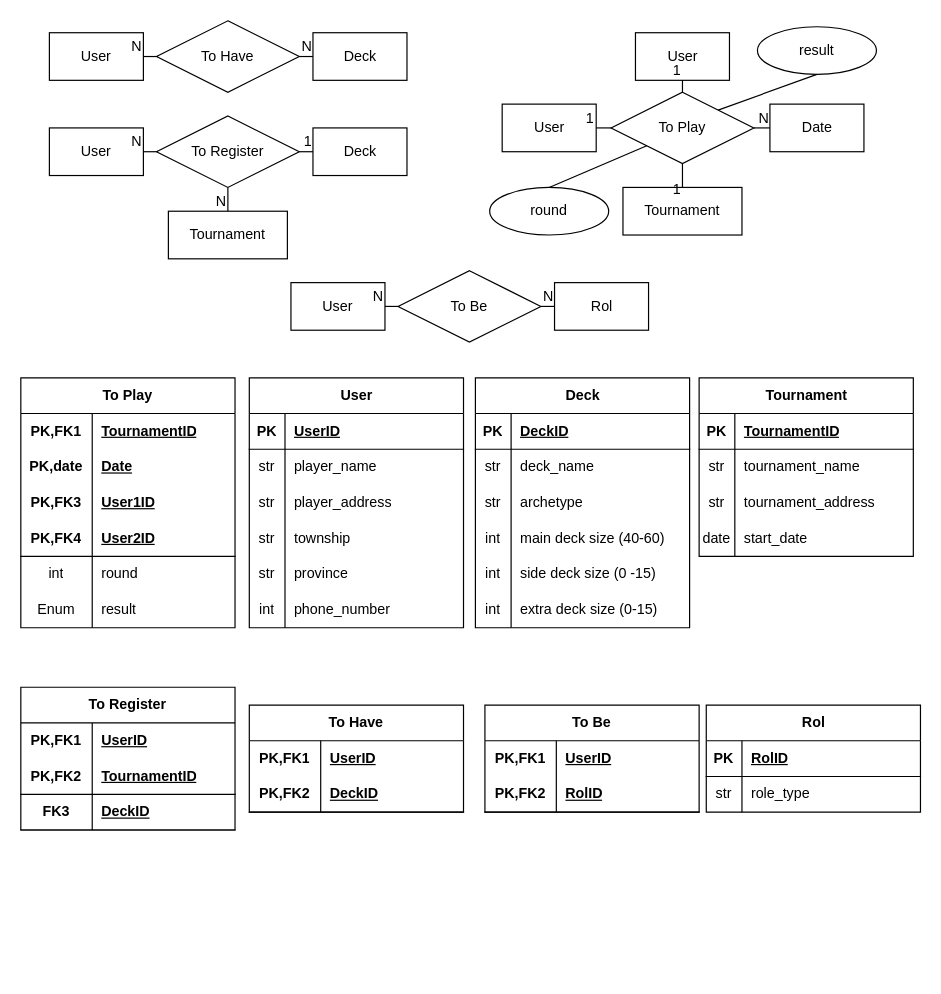
This is database_design/design_with_roles.drawio from chavely15k/yu_gi_oh, a draw.io file, before an edit. Source tidied: cells renumbered, new cells numbered last; positions are measured from the earlier drawing's top-left corner, leaving out a move shared by most shapes. Both pictures are drawn from the tidied source at 119%, with x=0, y=0 at pixel (20, 20).
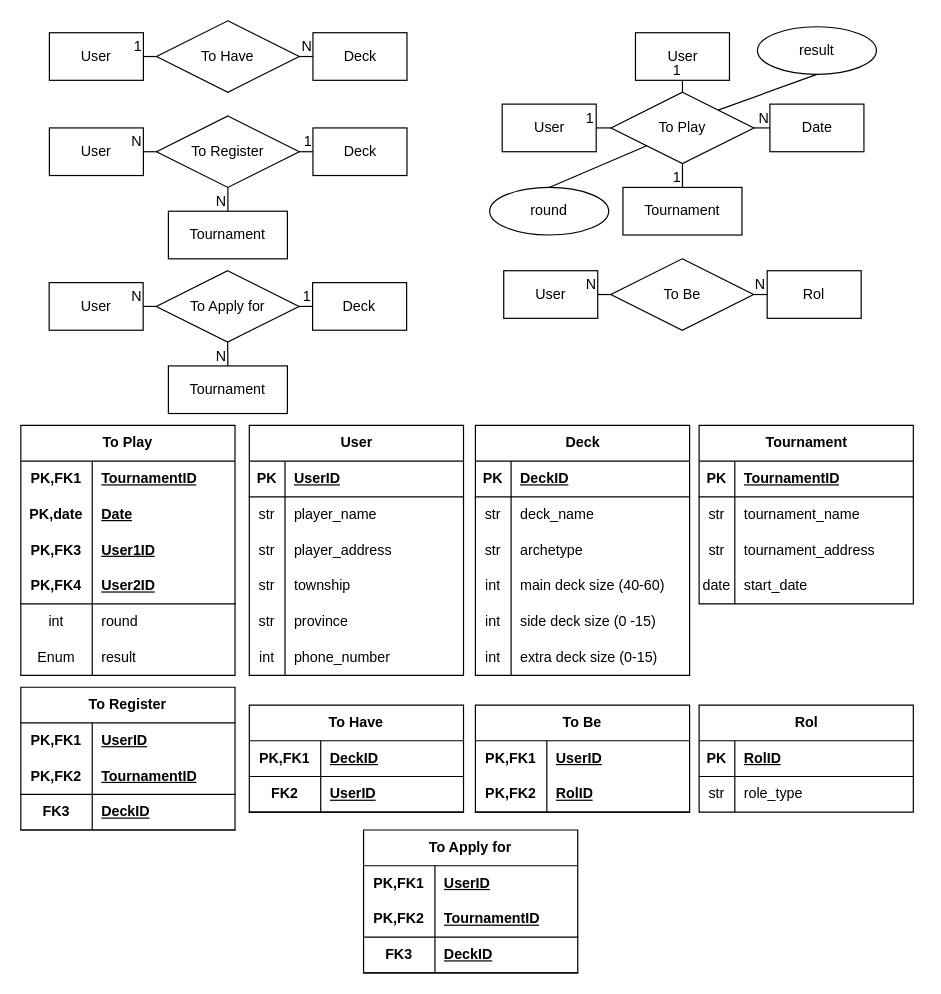
Above is the later version.

Unchanged cells that the change refers to:
```xml
<mxCell id="5" value="User" style="whiteSpace=wrap;html=1;align=center;" parent="1" vertex="1">
  <mxGeometry x="24" y="10" width="79" height="40" as="geometry" />
</mxCell>
<mxCell id="7" value="To Have" style="shape=rhombus;perimeter=rhombusPerimeter;whiteSpace=wrap;html=1;align=center;rounded=0;" parent="1" vertex="1">
  <mxGeometry x="114" width="120" height="60" as="geometry" />
</mxCell>
<mxCell id="96" style="endArrow=none;html=1;rounded=0;exitX=0.5;exitY=1;exitDx=0;exitDy=0;entryX=0.5;entryY=0;entryDx=0;entryDy=0;" parent="1" edge="1" source="16" target="6">
  <mxGeometry relative="1" as="geometry" />
</mxCell>
<mxCell id="107" value="To Have" style="shape=table;startSize=30;childLayout=tableLayout;rowLines=0;fontStyle=1;align=center;html=1;whiteSpace=wrap;" parent="1" vertex="1">
  <mxGeometry x="192" y="575" width="180" height="90" as="geometry" />
</mxCell>
<mxCell id="127" value="Deck" style="whiteSpace=wrap;html=1;align=center;" parent="1" vertex="1">
  <mxGeometry x="245.5" y="10" width="79" height="40" as="geometry" />
</mxCell>
```

What changed in the source:
```diff
@@
-    <mxCell id="8" style="endArrow=none;html=1;rounded=0;entryX=0;entryY=0.5;entryDx=0;entryDy=0;exitX=1;exitY=0.5;exitDx=0;exitDy=0;" parent="1" edge="1" source="7" target="127">
-      <mxGeometry relative="1" as="geometry" />
-    </mxCell>
-    <mxCell id="9" value="N" style="html=1;whiteSpace=wrap;align=right;verticalAlign=bottom;rounded=0;" parent="8" vertex="1">
-      <mxGeometry x="1" relative="1" as="geometry" />
-    </mxCell>
-    <mxCell id="10" style="endArrow=none;html=1;rounded=0;entryX=1;entryY=0.5;entryDx=0;entryDy=0;exitX=0;exitY=0.5;exitDx=0;exitDy=0;" parent="1" edge="1" source="7" target="5">
+    <mxCell id="10" style="endArrow=none;html=1;rounded=0;entryX=0;entryY=0.5;entryDx=0;entryDy=0;exitX=1;exitY=0.5;exitDx=0;exitDy=0;" parent="1" edge="1" source="7" target="127">
       <mxGeometry relative="1" as="geometry" />
     </mxCell>
@@
     <mxCell id="21" value="To Play" style="shape=table;startSize=30;childLayout=tableLayout;rowLines=0;fontStyle=1;align=center;html=1;whiteSpace=wrap;" parent="1" vertex="1">
-      <mxGeometry y="300" width="180" height="210" as="geometry" />
+      <mxGeometry y="340" width="180" height="210" as="geometry" />
     </mxCell>
@@
     <mxCell id="40" value="PK,date" style="shape=partialRectangle;fillColor=none;top=0;left=0;bottom=0;right=0;fontStyle=1;overflow=hidden;html=1;whiteSpace=wrap;" parent="1" vertex="1">
-      <mxGeometry y="360" width="60" height="30" as="geometry" />
+      <mxGeometry y="400" width="60" height="30" as="geometry" />
     </mxCell>
     <mxCell id="41" value="Date" style="shape=partialRectangle;fillColor=none;top=0;left=0;bottom=0;right=0;align=left;spacingLeft=6;fontStyle=5;overflow=hidden;html=1;whiteSpace=wrap;" parent="1" vertex="1">
-      <mxGeometry x="60" y="360" width="120" height="30" as="geometry" />
+      <mxGeometry x="60" y="400" width="120" height="30" as="geometry" />
     </mxCell>
     <mxCell id="42" value="PK,FK1" style="shape=partialRectangle;fillColor=none;top=0;left=0;bottom=0;right=0;fontStyle=1;overflow=hidden;html=1;whiteSpace=wrap;" parent="1" vertex="1">
-      <mxGeometry y="330" width="60" height="30" as="geometry" />
+      <mxGeometry y="370" width="60" height="30" as="geometry" />
     </mxCell>
     <mxCell id="43" value="TournamentID" style="shape=partialRectangle;fillColor=none;top=0;left=0;bottom=0;right=0;align=left;spacingLeft=6;fontStyle=5;overflow=hidden;html=1;whiteSpace=wrap;" parent="1" vertex="1">
-      <mxGeometry x="60" y="330" width="120" height="30" as="geometry" />
+      <mxGeometry x="60" y="370" width="120" height="30" as="geometry" />
     </mxCell>
     <mxCell id="44" value="result" style="shape=partialRectangle;fillColor=none;top=0;left=0;bottom=0;right=0;align=left;spacingLeft=6;overflow=hidden;html=1;whiteSpace=wrap;" parent="1" vertex="1">
-      <mxGeometry x="60" y="480" width="120" height="30" as="geometry" />
+      <mxGeometry x="60" y="520" width="120" height="30" as="geometry" />
     </mxCell>
     <mxCell id="45" value="User" style="shape=table;startSize=30;childLayout=tableLayout;rowLines=0;fontStyle=1;align=center;html=1;" parent="1" vertex="1">
-      <mxGeometry x="192" y="300" width="180" height="210" as="geometry" />
+      <mxGeometry x="192" y="340" width="180" height="210" as="geometry" />
     </mxCell>
@@
     <mxCell id="64" value="Deck" style="shape=table;startSize=30;childLayout=tableLayout;rowLines=0;fontStyle=1;align=center;html=1;" parent="1" vertex="1">
-      <mxGeometry x="382" y="300" width="180" height="210" as="geometry" />
+      <mxGeometry x="382" y="340" width="180" height="210" as="geometry" />
     </mxCell>
@@
     <mxCell id="83" value="Tournament" style="shape=table;startSize=30;childLayout=tableLayout;rowLines=0;fontStyle=1;align=center;html=1;" parent="1" vertex="1">
-      <mxGeometry x="570" y="300" width="180" height="150" as="geometry" />
+      <mxGeometry x="570" y="340" width="180" height="150" as="geometry" />
     </mxCell>
@@
     <mxCell id="97" value="1" style="html=1;whiteSpace=wrap;align=right;verticalAlign=bottom;" parent="96" vertex="1">
-      <mxGeometry x="1" relative="1" as="geometry">
-        <mxPoint y="10" as="offset" />
-      </mxGeometry>
+      <mxGeometry x="1" relative="1" as="geometry" />
     </mxCell>
@@
-    <mxCell id="108" style="shape=tableRow;horizontal=0;startSize=0;swimlaneHead=0;swimlaneBody=0;fillColor=none;top=0;left=0;right=0;bottom=0;html=1;" parent="107" vertex="1">
-      <mxGeometry y="30" width="180" height="30" as="geometry" />
-    </mxCell>
-    <mxCell id="109" value="PK,FK1" style="shape=partialRectangle;fillColor=none;top=0;left=0;bottom=0;right=0;fontStyle=1;overflow=hidden;html=1;whiteSpace=wrap;" parent="108" vertex="1">
-      <mxGeometry width="60" height="30" as="geometry" />
-    </mxCell>
-    <mxCell id="110" value="UserID" style="shape=partialRectangle;fillColor=none;top=0;left=0;bottom=0;right=0;align=left;spacingLeft=6;fontStyle=5;overflow=hidden;html=1;whiteSpace=wrap;" parent="108" vertex="1">
-      <mxGeometry x="60" width="120" height="30" as="geometry" />
-    </mxCell>
     <mxCell id="111" style="shape=tableRow;horizontal=0;startSize=0;swimlaneHead=0;swimlaneBody=0;fillColor=none;top=0;left=0;right=0;bottom=1;html=1;" parent="107" vertex="1">
-      <mxGeometry y="60" width="180" height="30" as="geometry" />
+      <mxGeometry y="30" width="180" height="30" as="geometry" />
     </mxCell>
-    <mxCell id="112" value="PK,FK2" style="shape=partialRectangle;fillColor=none;top=0;left=0;bottom=0;right=0;fontStyle=1;overflow=hidden;html=1;whiteSpace=wrap;" parent="111" vertex="1">
+    <mxCell id="112" value="PK,FK1" style="shape=partialRectangle;fillColor=none;top=0;left=0;bottom=0;right=0;fontStyle=1;overflow=hidden;html=1;whiteSpace=wrap;" parent="111" vertex="1">
       <mxGeometry width="60" height="30" as="geometry" />
     </mxCell>
@@
+    <mxCell id="151" style="shape=tableRow;horizontal=0;startSize=0;swimlaneHead=0;swimlaneBody=0;fillColor=none;top=0;left=0;right=0;bottom=1;html=1;" parent="107" vertex="1">
+      <mxGeometry y="60" width="180" height="30" as="geometry" />
+    </mxCell>
+    <mxCell id="152" value="FK2" style="shape=partialRectangle;fillColor=none;top=0;left=0;bottom=0;right=0;fontStyle=1;overflow=hidden;html=1;whiteSpace=wrap;" parent="151" vertex="1">
+      <mxGeometry width="60" height="30" as="geometry" />
+    </mxCell>
+    <mxCell id="153" value="UserID" style="shape=partialRectangle;fillColor=none;top=0;left=0;bottom=0;right=0;align=left;spacingLeft=6;fontStyle=5;overflow=hidden;html=1;whiteSpace=wrap;" parent="151" vertex="1">
+      <mxGeometry x="60" width="120" height="30" as="geometry" />
+    </mxCell>
@@
     <mxCell id="130" value="Rol" style="shape=table;startSize=30;childLayout=tableLayout;rowLines=0;fontStyle=1;align=center;html=1;" parent="1" vertex="1">
-      <mxGeometry x="576" y="575" width="180" height="90" as="geometry" />
+      <mxGeometry x="570" y="575" width="180" height="90" as="geometry" />
     </mxCell>
@@
     <mxCell id="137" value="To Be" style="shape=table;startSize=30;childLayout=tableLayout;rowLines=0;fontStyle=1;align=center;html=1;whiteSpace=wrap;" parent="1" vertex="1">
-      <mxGeometry x="390" y="575" width="180" height="90" as="geometry" />
+      <mxGeometry x="382" y="575" width="180" height="90" as="geometry" />
     </mxCell>
@@
     <mxCell id="144" value="User" style="whiteSpace=wrap;html=1;align=center;" parent="1" vertex="1">
-      <mxGeometry x="227" y="220" width="79" height="40" as="geometry" />
+      <mxGeometry x="405.8" y="210" width="79" height="40" as="geometry" />
     </mxCell>
     <mxCell id="145" value="To Be" style="shape=rhombus;perimeter=rhombusPerimeter;whiteSpace=wrap;html=1;align=center;rounded=0;" parent="1" vertex="1">
-      <mxGeometry x="317" y="210" width="120" height="60" as="geometry" />
+      <mxGeometry x="495.8" y="200" width="120" height="60" as="geometry" />
     </mxCell>
@@
     <mxCell id="150" value="Rol" style="whiteSpace=wrap;html=1;align=center;" parent="1" vertex="1">
-      <mxGeometry x="448.5" y="220" width="79" height="40" as="geometry" />
+      <mxGeometry x="627.2" y="210" width="79" height="40" as="geometry" />
     </mxCell>
+    <mxCell id="154" style="endArrow=none;html=1;rounded=0;exitX=0;exitY=0.5;exitDx=0;exitDy=0;entryX=1;entryY=0.5;entryDx=0;entryDy=0;" parent="1" edge="1" source="7" target="5">
+      <mxGeometry relative="1" as="geometry" />
+    </mxCell>
+    <mxCell id="155" value="1" style="html=1;whiteSpace=wrap;align=right;verticalAlign=bottom;" parent="154" vertex="1">
+      <mxGeometry x="1" relative="1" as="geometry" />
+    </mxCell>
+    <mxCell id="156" value="User" style="whiteSpace=wrap;html=1;align=center;" parent="1" vertex="1">
+      <mxGeometry x="23.8" y="220" width="79" height="40" as="geometry" />
+    </mxCell>
+    <mxCell id="157" value="To Apply for" style="shape=rhombus;perimeter=rhombusPerimeter;whiteSpace=wrap;html=1;align=center;rounded=0;" parent="1" vertex="1">
+      <mxGeometry x="113.8" y="210" width="120" height="60" as="geometry" />
+    </mxCell>
+    <mxCell id="158" style="endArrow=none;html=1;rounded=0;entryX=1;entryY=0.5;entryDx=0;entryDy=0;exitX=0;exitY=0.5;exitDx=0;exitDy=0;" parent="1" edge="1" source="157" target="156">
+      <mxGeometry relative="1" as="geometry" />
+    </mxCell>
+    <mxCell id="159" value="N" style="html=1;whiteSpace=wrap;align=right;verticalAlign=bottom;rounded=0;" parent="158" vertex="1">
+      <mxGeometry x="1" relative="1" as="geometry" />
+    </mxCell>
+    <mxCell id="160" value="Deck" style="whiteSpace=wrap;html=1;align=center;" parent="1" vertex="1">
+      <mxGeometry x="245.2" y="220" width="79" height="40" as="geometry" />
+    </mxCell>
+    <mxCell id="161" style="endArrow=none;html=1;rounded=0;exitX=0.5;exitY=1;exitDx=0;exitDy=0;entryX=0.5;entryY=0;entryDx=0;entryDy=0;" parent="1" edge="1" source="157" target="163">
+      <mxGeometry relative="1" as="geometry" />
+    </mxCell>
+    <mxCell id="162" value="N" style="html=1;whiteSpace=wrap;align=right;verticalAlign=bottom;rounded=0;" parent="161" vertex="1">
+      <mxGeometry x="1" relative="1" as="geometry" />
+    </mxCell>
+    <mxCell id="163" value="Tournament" style="whiteSpace=wrap;html=1;align=center;" parent="1" vertex="1">
+      <mxGeometry x="124" y="290" width="100" height="40" as="geometry" />
+    </mxCell>
+    <mxCell id="164" style="endArrow=none;html=1;rounded=0;entryX=0;entryY=0.5;entryDx=0;entryDy=0;exitX=1;exitY=0.5;exitDx=0;exitDy=0;" parent="1" edge="1" source="157" target="160">
+      <mxGeometry relative="1" as="geometry" />
+    </mxCell>
+    <mxCell id="165" value="1" style="html=1;whiteSpace=wrap;align=right;verticalAlign=bottom;" parent="164" vertex="1">
+      <mxGeometry x="1" relative="1" as="geometry" />
+    </mxCell>
+    <mxCell id="166" value="To Apply for" style="shape=table;startSize=30;childLayout=tableLayout;rowLines=0;fontStyle=1;align=center;html=1;whiteSpace=wrap;" parent="1" vertex="1">
+      <mxGeometry x="288" y="680" width="180" height="120" as="geometry" />
+    </mxCell>
+    <mxCell id="108" style="shape=tableRow;horizontal=0;startSize=0;swimlaneHead=0;swimlaneBody=0;fillColor=none;top=0;left=0;right=0;bottom=0;html=1;" parent="166" vertex="1">
+      <mxGeometry y="30" width="180" height="30" as="geometry" />
+    </mxCell>
+    <mxCell id="109" value="PK,FK1" style="shape=partialRectangle;fillColor=none;top=0;left=0;bottom=0;right=0;fontStyle=1;overflow=hidden;html=1;whiteSpace=wrap;" parent="108" vertex="1">
+      <mxGeometry width="60" height="30" as="geometry" />
+    </mxCell>
+    <mxCell id="167" value="UserID" style="shape=partialRectangle;fillColor=none;top=0;left=0;bottom=0;right=0;align=left;spacingLeft=6;fontStyle=5;overflow=hidden;html=1;whiteSpace=wrap;" parent="108" vertex="1">
+      <mxGeometry x="60" width="120" height="30" as="geometry" />
+    </mxCell>
+    <mxCell id="168" style="shape=tableRow;horizontal=0;startSize=0;swimlaneHead=0;swimlaneBody=0;fillColor=none;top=0;left=0;right=0;bottom=1;html=1;" parent="166" vertex="1">
+      <mxGeometry y="60" width="180" height="30" as="geometry" />
+    </mxCell>
+    <mxCell id="169" value="PK,FK2" style="shape=partialRectangle;fillColor=none;top=0;left=0;bottom=0;right=0;fontStyle=1;overflow=hidden;html=1;whiteSpace=wrap;" parent="168" vertex="1">
+      <mxGeometry width="60" height="30" as="geometry" />
+    </mxCell>
+    <mxCell id="170" value="TournamentID" style="shape=partialRectangle;fillColor=none;top=0;left=0;bottom=0;right=0;align=left;spacingLeft=6;fontStyle=5;overflow=hidden;html=1;whiteSpace=wrap;" parent="168" vertex="1">
+      <mxGeometry x="60" width="120" height="30" as="geometry" />
+    </mxCell>
+    <mxCell id="171" style="shape=tableRow;horizontal=0;startSize=0;swimlaneHead=0;swimlaneBody=0;fillColor=none;top=0;left=0;right=0;bottom=1;html=1;" parent="166" vertex="1">
+      <mxGeometry y="90" width="180" height="30" as="geometry" />
+    </mxCell>
+    <mxCell id="172" value="FK3" style="shape=partialRectangle;fillColor=none;top=0;left=0;bottom=0;right=0;fontStyle=1;overflow=hidden;html=1;whiteSpace=wrap;" parent="171" vertex="1">
+      <mxGeometry width="60" height="30" as="geometry" />
+    </mxCell>
+    <mxCell id="173" value="DeckID" style="shape=partialRectangle;fillColor=none;top=0;left=0;bottom=0;right=0;align=left;spacingLeft=6;fontStyle=5;overflow=hidden;html=1;whiteSpace=wrap;" parent="171" vertex="1">
+      <mxGeometry x="60" width="120" height="30" as="geometry" />
+    </mxCell>
```
